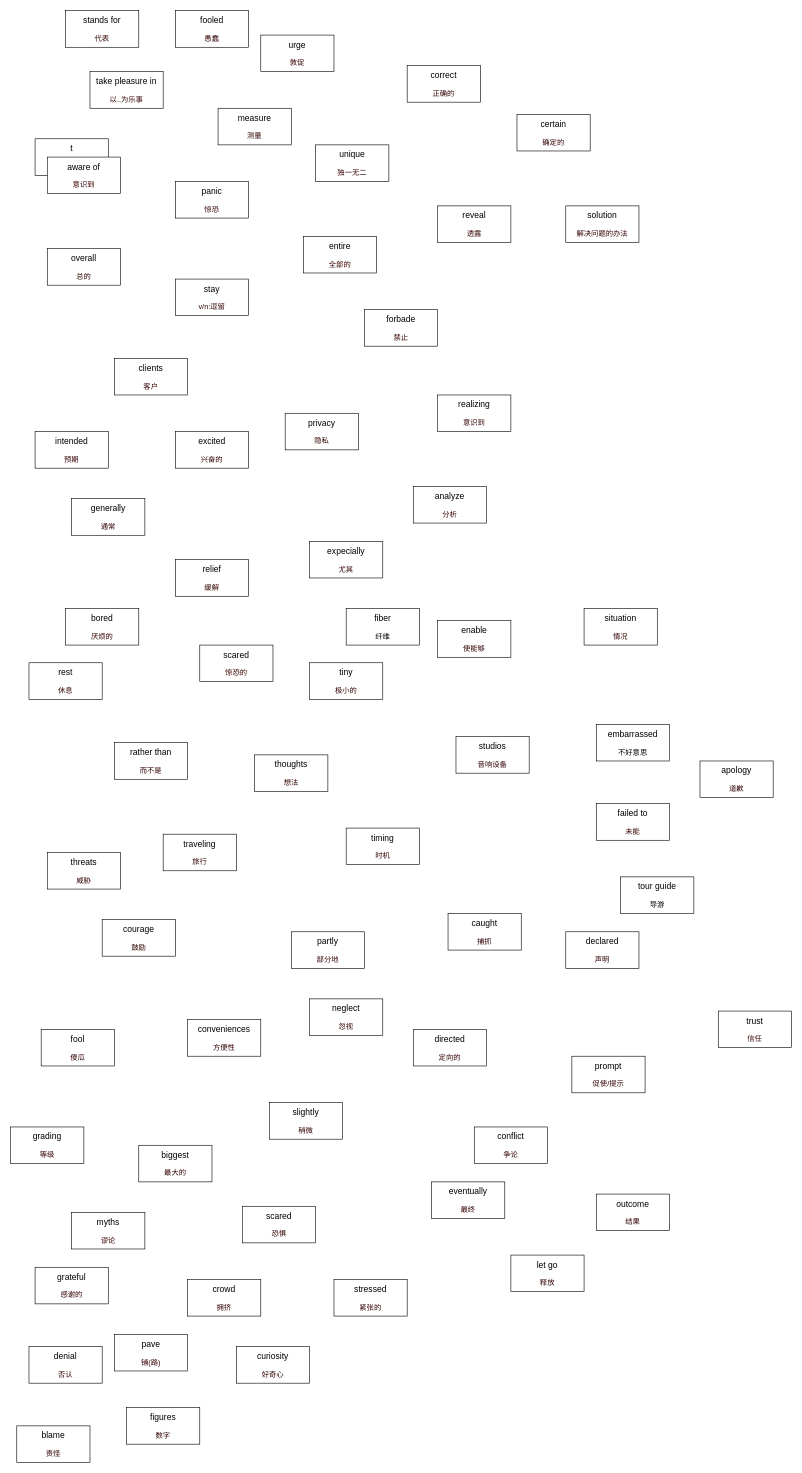
This is ocean.drawio from banBlue/drawio, a draw.io file, before an edit. Source tidied: cells renumbered, new cells numbered last; positions are measured from the earlier drawing's top-left corner, leaving out a move shared by most shapes. Both pictures are drawn from the tidied source at 61%, with x=0, y=0 at pixel (10, 10).
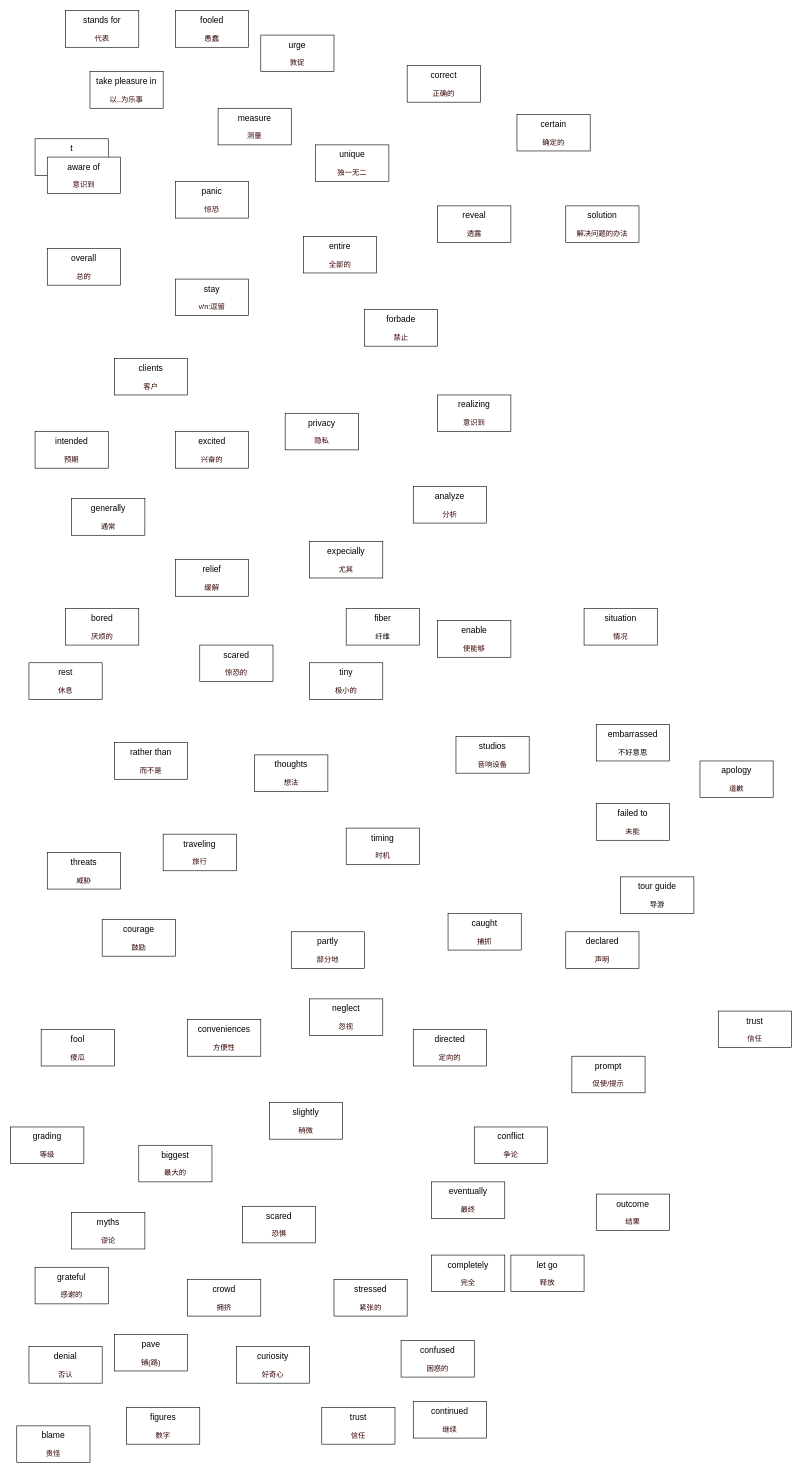
After the change.

The edit, as a diff of the source:
```diff
@@
+    <mxCell id="72" value="&lt;font style=&quot;font-size: 14px&quot;&gt;confused&lt;br&gt;&lt;/font&gt;&lt;br&gt;&lt;font color=&quot;#330000&quot;&gt;困惑的&lt;/font&gt;" style="rounded=0;whiteSpace=wrap;html=1;" parent="1" vertex="1">
+      <mxGeometry x="640" y="2180" width="120" height="60" as="geometry" />
+    </mxCell>
+    <mxCell id="73" value="&lt;font style=&quot;font-size: 14px&quot;&gt;trust&lt;br&gt;&lt;/font&gt;&lt;br&gt;&lt;font color=&quot;#330000&quot;&gt;信任&lt;/font&gt;" style="rounded=0;whiteSpace=wrap;html=1;" parent="1" vertex="1">
+      <mxGeometry x="510" y="2290" width="120" height="60" as="geometry" />
+    </mxCell>
+    <mxCell id="74" value="&lt;font style=&quot;font-size: 14px&quot;&gt;completely&lt;br&gt;&lt;/font&gt;&lt;br&gt;&lt;font color=&quot;#330000&quot;&gt;完全&lt;/font&gt;" style="rounded=0;whiteSpace=wrap;html=1;" parent="1" vertex="1">
+      <mxGeometry x="690" y="2040" width="120" height="60" as="geometry" />
+    </mxCell>
+    <mxCell id="75" value="&lt;font style=&quot;font-size: 14px&quot;&gt;continued&lt;br&gt;&lt;/font&gt;&lt;br&gt;&lt;font color=&quot;#330000&quot;&gt;继续&lt;/font&gt;" style="rounded=0;whiteSpace=wrap;html=1;" parent="1" vertex="1">
+      <mxGeometry x="660" y="2280" width="120" height="60" as="geometry" />
+    </mxCell>
```
